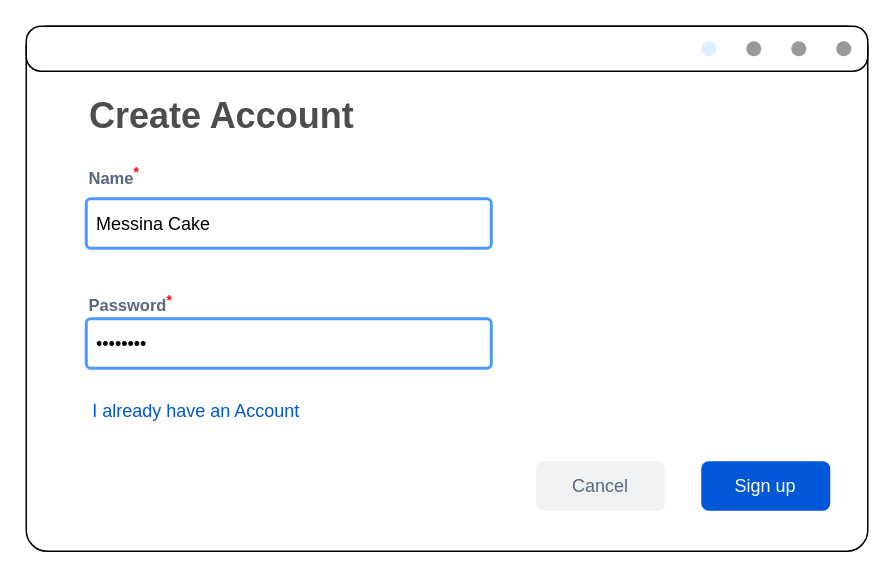
This is page "Page-1" (2 of 8) of doc/draft/Math-Project_Mockup.drawio from Erase01/Math-Project, a draw.io file, before an edit. Source tidied: cells renumbered, new cells numbered last; positions are measured from the earlier drawing's top-left corner, leaving out a move shared by most shapes. Both pictures are drawn from the tidied source at 150%, with x=0, y=0 at pixel (26, 26).
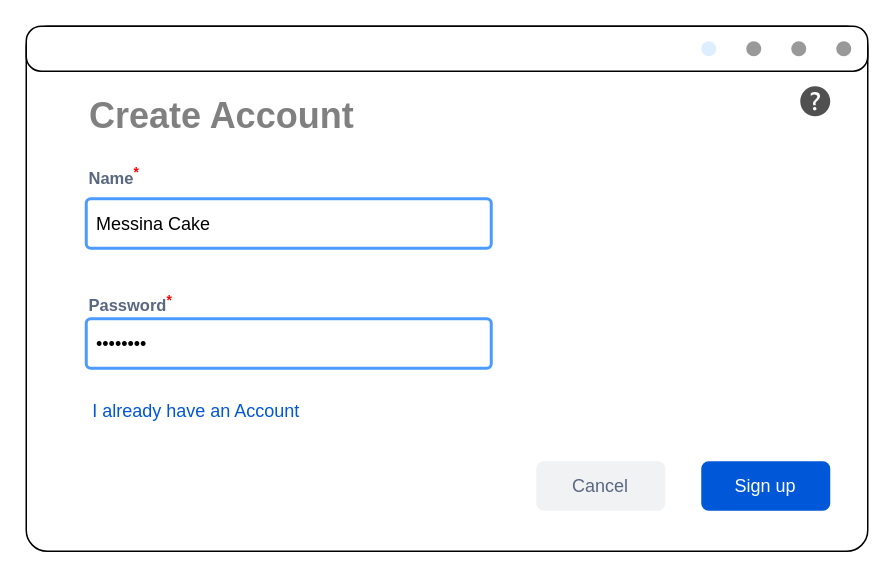
The same diagram, later.

What changed in the source:
```diff
@@
 <mxGraphModel>
   <root>
     <mxCell id="0" />
     <mxCell id="1" parent="0" />
     <mxCell id="2" style="rounded=1;whiteSpace=wrap;html=1;arcSize=4;" parent="1" vertex="1">
       <mxGeometry width="561" height="350" as="geometry" />
     </mxCell>
     <mxCell id="3" style="rounded=1;whiteSpace=wrap;html=1;arcSize=33;" parent="1" vertex="1">
       <mxGeometry width="561" height="30" as="geometry" />
     </mxCell>
     <mxCell id="4" style="verticalLabelPosition=bottom;shadow=0;dashed=0;align=center;html=1;verticalAlign=top;strokeWidth=1;shape=mxgraph.mockup.navigation.pageControl;fillColor=#999999;strokeColor=#ddeeff;" parent="1" vertex="1">
       <mxGeometry x="450" width="100" height="30" as="geometry" />
     </mxCell>
     <mxCell id="5" value="Password&lt;sup&gt;&lt;font color=&quot;#ff0000&quot;&gt;*&lt;/font&gt;&lt;/sup&gt;" style="fillColor=none;strokeColor=none;html=1;fontSize=11;fontStyle=0;align=left;fontColor=#596780;fontStyle=1;fontSize=11;" parent="1" vertex="1">
       <mxGeometry x="40" y="175" width="240" height="20" as="geometry" />
     </mxCell>
     <mxCell id="6" value="&amp;#8226;&amp;#8226;&amp;#8226;&amp;#8226;&amp;#8226;&amp;#8226;&amp;#8226;&amp;#8226;" style="rounded=1;arcSize=9;align=left;spacingLeft=5;strokeColor=#4C9AFF;html=1;strokeWidth=2;fontSize=12;" parent="1" vertex="1">
       <mxGeometry x="40" y="195" width="270" height="33" as="geometry" />
     </mxCell>
     <mxCell id="7" value="Name&lt;sup&gt;&lt;font color=&quot;#ff0000&quot;&gt;*&lt;/font&gt;&lt;/sup&gt;" style="fillColor=none;strokeColor=none;html=1;fontSize=11;fontStyle=0;align=left;fontColor=#596780;fontStyle=1;fontSize=11;" parent="1" vertex="1">
       <mxGeometry x="40" y="90" width="240" height="20" as="geometry" />
     </mxCell>
     <mxCell id="8" value="Messina Cake" style="rounded=1;arcSize=9;align=left;spacingLeft=5;strokeColor=#4C9AFF;html=1;strokeWidth=2;fontSize=12;" parent="1" vertex="1">
       <mxGeometry x="40" y="115" width="270" height="33" as="geometry" />
     </mxCell>
-    <mxCell id="9" value="&lt;div&gt;&lt;font color=&quot;#4d4d4d&quot;&gt;Create Account&lt;/font&gt;&lt;/div&gt;" style="text;strokeColor=none;fillColor=none;html=1;fontSize=24;fontStyle=1;verticalAlign=middle;align=center;perimeterSpacing=0;shadow=0;" parent="1" vertex="1">
+    <mxCell id="9" value="&lt;div&gt;&lt;font color=&quot;#808080&quot;&gt;Create Account&lt;/font&gt;&lt;/div&gt;" style="text;strokeColor=none;fillColor=none;html=1;fontSize=24;fontStyle=1;verticalAlign=middle;align=center;perimeterSpacing=0;shadow=0;" parent="1" vertex="1">
       <mxGeometry x="80" y="40" width="100" height="40" as="geometry" />
     </mxCell>
     <mxCell id="10" value="&lt;div&gt;Sign up&lt;/div&gt;" style="rounded=1;fillColor=#0057D8;strokeColor=none;html=1;whiteSpace=wrap;fontColor=#ffffff;align=center;verticalAlign=middle;fontStyle=0;fontSize=12;sketch=0;" parent="1" vertex="1">
       <mxGeometry x="450" y="290" width="86" height="33" as="geometry" />
     </mxCell>
     <mxCell id="11" value="Cancel" style="rounded=1;fillColor=#F1F2F4;strokeColor=none;html=1;whiteSpace=wrap;fontColor=#596780;align=center;verticalAlign=middle;fontStyle=0;fontSize=12;sketch=0;" parent="1" vertex="1">
       <mxGeometry x="340" y="290" width="86" height="33" as="geometry" />
     </mxCell>
     <mxCell id="12" value="I already have an Account" style="fillColor=none;strokeColor=none;html=1;fontColor=#0057D8;align=center;verticalAlign=middle;fontStyle=0;fontSize=12;" parent="1" vertex="1">
       <mxGeometry x="70" y="240" width="86" height="33" as="geometry" />
     </mxCell>
+    <mxCell id="13" style="sketch=0;shadow=0;dashed=0;html=1;strokeColor=none;fillColor=#505050;labelPosition=center;verticalLabelPosition=bottom;verticalAlign=top;align=center;shape=mxgraph.office.concepts.help;" parent="1" vertex="1">
+      <mxGeometry x="516" y="40" width="20" height="20" as="geometry" />
+    </mxCell>
   </root>
 </mxGraphModel>
```
